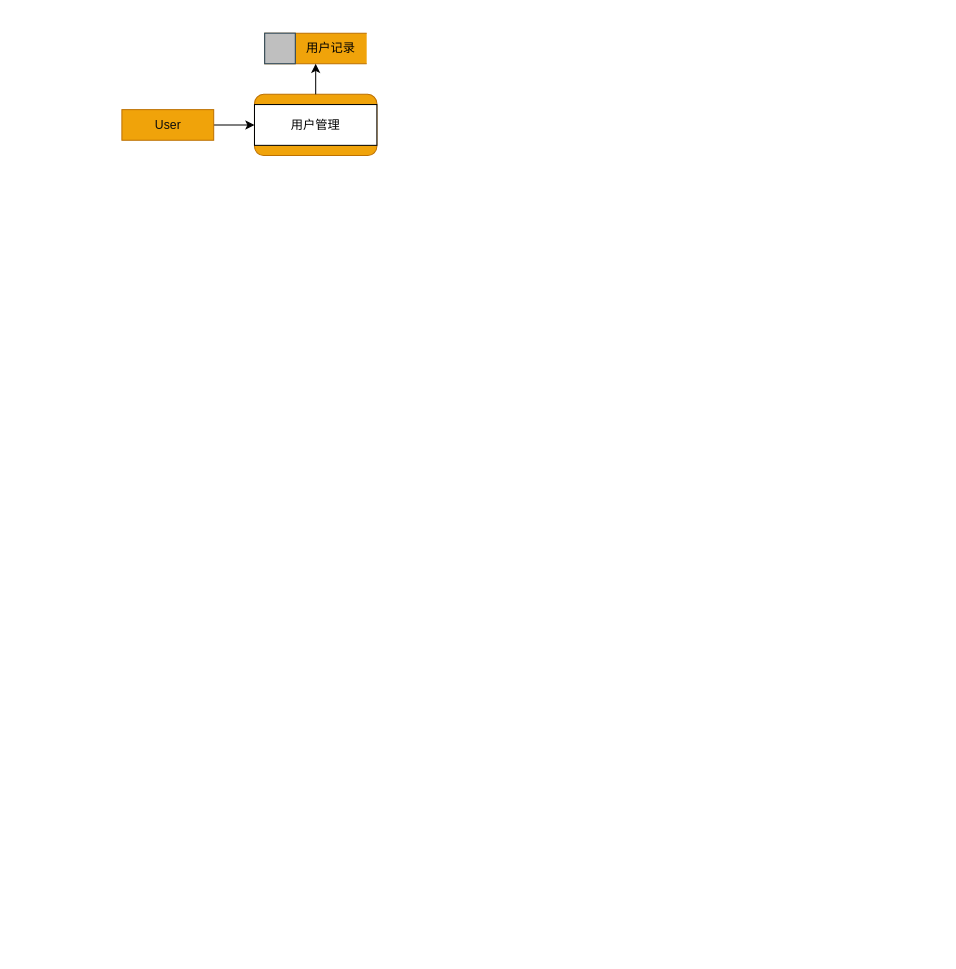
Earlier version of the draw.io diagram Untitled Diagram.drawio (Anlarry/TaoQi). Source tidied: cells renumbered, new cells numbered last; positions are measured from the earlier drawing's top-left corner, leaving out a move shared by most shapes. Both pictures are drawn from the tidied source at 102%, with x=0, y=0 at pixel (121, 33).
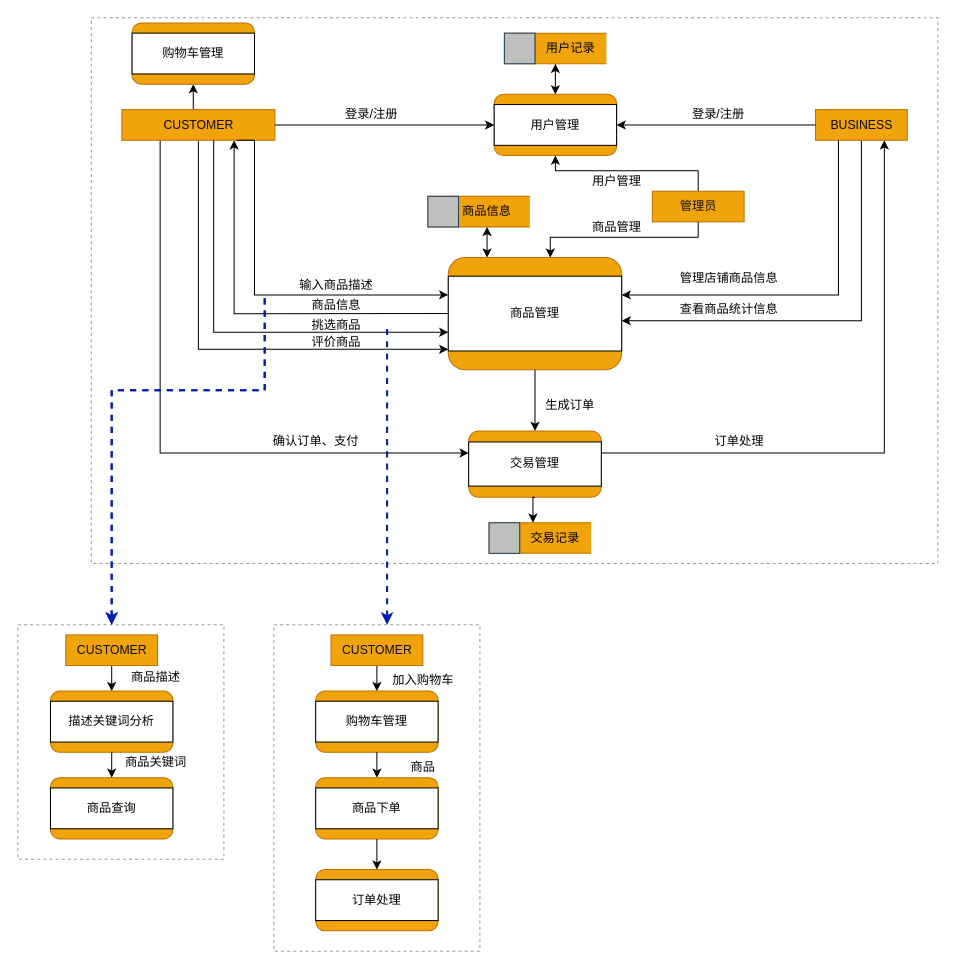
The same page after the edit.

The change refers to these unchanged cells:
```xml
<mxCell id="5" style="rounded=1;whiteSpace=wrap;html=1;fillColor=#f0a30a;strokeColor=#BD7000;fontColor=#ffffff;" parent="4" vertex="1">
  <mxGeometry width="120" height="60" as="geometry" />
</mxCell>
<mxCell id="6" value="用户管理" style="rounded=0;whiteSpace=wrap;html=1;" parent="4" vertex="1">
  <mxGeometry y="10" width="120" height="40" as="geometry" />
</mxCell>
<mxCell id="8" style="html=1;dashed=0;whitespace=wrap;shape=mxgraph.dfd.dataStoreID;align=left;spacingLeft=3;points=[[0,0],[0.5,0],[1,0],[0,0.5],[1,0.5],[0,1],[0.5,1],[1,1]];fillColor=#f0a30a;strokeColor=#BD7000;fontColor=#ffffff;" parent="7" vertex="1">
  <mxGeometry width="100" height="30" as="geometry" />
</mxCell>
```

Change to the diagram source:
```diff
@@
-    <mxCell id="2" style="edgeStyle=orthogonalEdgeStyle;rounded=0;jettySize=auto;html=1;exitX=1;exitY=0.5;exitDx=0;exitDy=0;entryX=0;entryY=0.5;entryDx=0;entryDy=0;" parent="1" edge="1" source="3" target="6">
-      <mxGeometry relative="1" as="geometry" />
-    </mxCell>
-    <mxCell id="3" value="&lt;font color=&quot;#0D0D0D&quot;&gt;User&lt;/font&gt;" style="html=1;dashed=0;whitespace=wrap;fillColor=#f0a30a;strokeColor=#BD7000;fontColor=#ffffff;" parent="1" vertex="1">
-      <mxGeometry y="75" width="90" height="30" as="geometry" />
-    </mxCell>
+    <mxCell id="12" style="rounded=0;whiteSpace=wrap;html=1;dashed=1;strokeWidth=1;fillColor=none;perimeterSpacing=0;opacity=40;" parent="1" vertex="1">
+      <mxGeometry x="-30" y="-15" width="830" height="535" as="geometry" />
+    </mxCell>
+    <mxCell id="13" style="group;" parent="1" vertex="1">
+      <mxGeometry x="100" width="570" height="415" as="geometry" />
+    </mxCell>
-    <mxCell id="4" style="group;" parent="1" vertex="1">
-      <mxGeometry x="130" y="60" width="120" height="60" as="geometry" />
+    <mxCell id="4" style="group;" parent="13" vertex="1">
+      <mxGeometry x="265" y="60" width="120" height="60" as="geometry" />
     </mxCell>
@@
-    <mxCell id="7" style="group;" parent="1" vertex="1">
-      <mxGeometry x="140" width="100" height="30" as="geometry" />
+    <mxCell id="7" style="group;" parent="13" vertex="1">
+      <mxGeometry x="275" width="100" height="30" as="geometry" />
     </mxCell>
@@
-    <mxCell id="11" style="edgeStyle=orthogonalEdgeStyle;rounded=0;jettySize=auto;html=1;exitX=0.5;exitY=0;exitDx=0;exitDy=0;entryX=0.5;entryY=1;entryDx=0;entryDy=0;" parent="1" edge="1" source="5" target="8">
+    <mxCell id="11" style="endArrow=classic;startArrow=classic;html=1;exitX=0.5;exitY=0;exitDx=0;exitDy=0;entryX=0.5;entryY=1;entryDx=0;entryDy=0;" parent="13" edge="1" source="5" target="8">
       <mxGeometry relative="1" as="geometry" />
     </mxCell>
+    <mxCell id="14" value="登录/注册" style="text;html=1;strokeColor=none;fillColor=none;align=center;verticalAlign=middle;whiteSpace=wrap;rounded=0;" parent="13" vertex="1">
+      <mxGeometry x="110" y="70" width="70" height="20" as="geometry" />
+    </mxCell>
+    <mxCell id="15" style="group;strokeWidth=3;" parent="13" vertex="1">
+      <mxGeometry x="220" y="220" width="180" height="120" as="geometry" />
+    </mxCell>
+    <mxCell id="16" style="rounded=1;whiteSpace=wrap;html=1;fillColor=#f0a30a;strokeColor=#BD7000;fontColor=#ffffff;" parent="15" vertex="1">
+      <mxGeometry width="170" height="110" as="geometry" />
+    </mxCell>
+    <mxCell id="17" value="商品管理" style="rounded=0;whiteSpace=wrap;html=1;" parent="15" vertex="1">
+      <mxGeometry y="18.3" width="170" height="73.3" as="geometry" />
+    </mxCell>
+    <mxCell id="18" style="endArrow=classic;startArrow=classic;html=1;" parent="15" edge="1">
+      <mxGeometry relative="1" as="geometry">
+        <mxPoint x="38" y="-30" as="sourcePoint" />
+        <mxPoint x="38" as="targetPoint" />
+        <Array as="points">
+          <mxPoint x="38" y="-10" />
+        </Array>
+      </mxGeometry>
+    </mxCell>
+    <mxCell id="19" value="输入商品描述" style="text;html=1;align=center;verticalAlign=middle;" parent="13" vertex="1">
+      <mxGeometry x="60" y="237" width="100" height="20" as="geometry" />
+    </mxCell>
+    <mxCell id="20" value="商品信息" style="text;html=1;align=center;verticalAlign=middle;" parent="13" vertex="1">
+      <mxGeometry x="75" y="257" width="70" height="20" as="geometry" />
+    </mxCell>
+    <mxCell id="21" value="挑选商品" style="text;html=1;align=center;verticalAlign=middle;" parent="13" vertex="1">
+      <mxGeometry x="75" y="277" width="70" height="20" as="geometry" />
+    </mxCell>
+    <mxCell id="22" value="登录/注册" style="text;html=1;strokeColor=none;fillColor=none;align=center;verticalAlign=middle;whiteSpace=wrap;rounded=0;" parent="13" vertex="1">
+      <mxGeometry x="450" y="70" width="70" height="20" as="geometry" />
+    </mxCell>
+    <mxCell id="23" value="管理店铺商品信息" style="text;html=1;align=center;verticalAlign=middle;" parent="13" vertex="1">
+      <mxGeometry x="430" y="230" width="130" height="20" as="geometry" />
+    </mxCell>
+    <mxCell id="24" style="edgeStyle=orthogonalEdgeStyle;rounded=0;jettySize=auto;html=1;exitX=0;exitY=0.5;exitDx=0;exitDy=0;" parent="13" edge="1" source="17">
+      <mxGeometry relative="1" as="geometry">
+        <mxPoint x="10" y="105" as="targetPoint" />
+        <Array as="points">
+          <mxPoint x="10" y="275" />
+        </Array>
+      </mxGeometry>
+    </mxCell>
+    <mxCell id="25" style="group;" parent="13" vertex="1">
+      <mxGeometry x="200" y="160" width="100" height="30" as="geometry" />
+    </mxCell>
+    <mxCell id="26" style="html=1;dashed=0;whitespace=wrap;shape=mxgraph.dfd.dataStoreID;align=left;spacingLeft=3;fillColor=#f0a30a;strokeColor=#BD7000;fontColor=#ffffff;" parent="25" vertex="1">
+      <mxGeometry width="100" height="30" as="geometry" />
+    </mxCell>
+    <mxCell id="27" style="rounded=0;whiteSpace=wrap;html=1;strokeColor=#23445d;fillColor=#BFBFBF;" parent="25" vertex="1">
+      <mxGeometry width="30" height="30" as="geometry" />
+    </mxCell>
+    <mxCell id="28" value="商品信息" style="text;html=1;strokeColor=none;fillColor=none;align=center;verticalAlign=middle;whiteSpace=wrap;rounded=0;" parent="25" vertex="1">
+      <mxGeometry x="23" y="5" width="70" height="20" as="geometry" />
+    </mxCell>
+    <mxCell id="29" style="edgeStyle=orthogonalEdgeStyle;rounded=0;orthogonalLoop=1;jettySize=auto;html=1;exitX=0.5;exitY=1;exitDx=0;exitDy=0;" parent="25" edge="1" source="28" target="28">
+      <mxGeometry relative="1" as="geometry" />
+    </mxCell>
+    <mxCell id="30" value="查看商品统计信息" style="text;html=1;align=center;verticalAlign=middle;" parent="13" vertex="1">
+      <mxGeometry x="430" y="261" width="130" height="20" as="geometry" />
+    </mxCell>
+    <mxCell id="31" value="评价商品" style="text;html=1;align=center;verticalAlign=middle;" parent="13" vertex="1">
+      <mxGeometry x="75" y="293" width="70" height="20" as="geometry" />
+    </mxCell>
+    <mxCell id="32" value="确认订单、支付" style="text;html=1;align=center;verticalAlign=middle;" parent="13" vertex="1">
+      <mxGeometry x="35" y="390" width="110" height="20" as="geometry" />
+    </mxCell>
+    <mxCell id="33" style="edgeStyle=orthogonalEdgeStyle;rounded=0;jettySize=auto;html=1;exitX=0.5;exitY=0;exitDx=0;exitDy=0;entryX=0.5;entryY=1;entryDx=0;entryDy=0;" parent="13" edge="1" source="34" target="5">
+      <mxGeometry relative="1" as="geometry">
+        <Array as="points">
+          <mxPoint x="465" y="135" />
+          <mxPoint x="325" y="135" />
+        </Array>
+      </mxGeometry>
+    </mxCell>
+    <mxCell id="34" value="&lt;font color=&quot;#121212&quot;&gt;管理员&lt;/font&gt;" style="html=1;dashed=0;whitespace=wrap;fillColor=#f0a30a;strokeColor=#BD7000;fontColor=#ffffff;" parent="13" vertex="1">
+      <mxGeometry x="420" y="155" width="90" height="30" as="geometry" />
+    </mxCell>
+    <mxCell id="35" value="用户管理" style="text;html=1;align=center;verticalAlign=middle;" parent="13" vertex="1">
+      <mxGeometry x="350" y="135" width="70" height="20" as="geometry" />
+    </mxCell>
+    <mxCell id="36" value="商品管理" style="text;html=1;align=center;verticalAlign=middle;" parent="13" vertex="1">
+      <mxGeometry x="350" y="180" width="70" height="20" as="geometry" />
+    </mxCell>
+    <mxCell id="37" style="group;" parent="1" vertex="1">
+      <mxGeometry x="340" y="390" width="130" height="65" as="geometry" />
+    </mxCell>
+    <mxCell id="38" style="rounded=1;whiteSpace=wrap;html=1;fillColor=#f0a30a;strokeColor=#BD7000;fontColor=#ffffff;" parent="37" vertex="1">
+      <mxGeometry width="130" height="65" as="geometry" />
+    </mxCell>
+    <mxCell id="39" value="交易管理" style="rounded=0;whiteSpace=wrap;html=1;" parent="37" vertex="1">
+      <mxGeometry y="10.8" width="130" height="43.3" as="geometry" />
+    </mxCell>
+    <mxCell id="40" style="edgeStyle=orthogonalEdgeStyle;rounded=0;jettySize=auto;html=1;exitX=0.5;exitY=1;exitDx=0;exitDy=0;entryX=0.5;entryY=0;entryDx=0;entryDy=0;" parent="1" edge="1" source="16" target="38">
+      <mxGeometry relative="1" as="geometry" />
+    </mxCell>
+    <mxCell id="41" style="edgeStyle=orthogonalEdgeStyle;rounded=0;jettySize=auto;html=1;exitX=0.5;exitY=1;exitDx=0;exitDy=0;entryX=1;entryY=0.595;entryDx=0;entryDy=0;entryPerimeter=0;" parent="1" edge="1" source="42" target="17">
+      <mxGeometry relative="1" as="geometry" />
+    </mxCell>
+    <mxCell id="42" value="&lt;font color=&quot;#080808&quot;&gt;BUSINESS&lt;/font&gt;" style="html=1;dashed=0;whitespace=wrap;fillColor=#f0a30a;strokeColor=#BD7000;fontColor=#ffffff;" parent="1" vertex="1">
+      <mxGeometry x="680" y="75" width="90" height="30" as="geometry" />
+    </mxCell>
+    <mxCell id="43" style="edgeStyle=orthogonalEdgeStyle;rounded=0;jettySize=auto;html=1;exitX=0;exitY=0.5;exitDx=0;exitDy=0;" parent="1" edge="1" source="42" target="6">
+      <mxGeometry relative="1" as="geometry" />
+    </mxCell>
+    <mxCell id="44" style="edgeStyle=orthogonalEdgeStyle;rounded=0;jettySize=auto;html=1;exitX=0.25;exitY=1;exitDx=0;exitDy=0;entryX=1;entryY=0.25;entryDx=0;entryDy=0;" parent="1" edge="1" source="42" target="17">
+      <mxGeometry relative="1" as="geometry" />
+    </mxCell>
+    <mxCell id="45" value="生成订单" style="text;html=1;align=center;verticalAlign=middle;" parent="1" vertex="1">
+      <mxGeometry x="404" y="355" width="70" height="20" as="geometry" />
+    </mxCell>
+    <mxCell id="46" value="订单处理" style="text;html=1;align=center;verticalAlign=middle;" parent="1" vertex="1">
+      <mxGeometry x="570" y="390" width="70" height="20" as="geometry" />
+    </mxCell>
+    <mxCell id="47" style="group;" parent="1" vertex="1">
+      <mxGeometry x="360" y="480" width="100" height="30" as="geometry" />
+    </mxCell>
+    <mxCell id="48" style="html=1;dashed=0;whitespace=wrap;shape=mxgraph.dfd.dataStoreID;align=left;spacingLeft=3;points=[[0,0],[0.5,0],[1,0],[0,0.5],[1,0.5],[0,1],[0.5,1],[1,1]];fillColor=#f0a30a;strokeColor=#BD7000;fontColor=#ffffff;" parent="47" vertex="1">
+      <mxGeometry width="100" height="30" as="geometry" />
+    </mxCell>
+    <mxCell id="49" style="rounded=0;whiteSpace=wrap;html=1;strokeColor=#23445d;fillColor=#BFBFBF;" parent="47" vertex="1">
+      <mxGeometry width="30" height="30" as="geometry" />
+    </mxCell>
+    <mxCell id="50" value="交易记录" style="text;html=1;strokeColor=none;fillColor=none;align=center;verticalAlign=middle;whiteSpace=wrap;rounded=0;" parent="47" vertex="1">
+      <mxGeometry x="30" y="5" width="70" height="20" as="geometry" />
+    </mxCell>
+    <mxCell id="51" style="edgeStyle=orthogonalEdgeStyle;rounded=0;jettySize=auto;html=1;exitX=0.5;exitY=1;exitDx=0;exitDy=0;entryX=0.43;entryY=0;entryDx=0;entryDy=0;entryPerimeter=0;" parent="1" edge="1" source="38" target="48">
+      <mxGeometry relative="1" as="geometry" />
+    </mxCell>
+    <mxCell id="52" style="edgeStyle=orthogonalEdgeStyle;rounded=0;jettySize=auto;html=1;exitX=1;exitY=0.25;exitDx=0;exitDy=0;entryX=0.75;entryY=1;entryDx=0;entryDy=0;" parent="1" edge="1" source="39" target="42">
+      <mxGeometry relative="1" as="geometry" />
+    </mxCell>
+    <mxCell id="53" style="edgeStyle=orthogonalEdgeStyle;rounded=0;jettySize=auto;html=1;exitX=0.5;exitY=1;exitDx=0;exitDy=0;" parent="1" edge="1" source="3">
+      <mxGeometry relative="1" as="geometry">
+        <mxPoint x="320" y="310" as="targetPoint" />
+        <Array as="points">
+          <mxPoint x="75" y="310" />
+          <mxPoint x="320" y="310" />
+        </Array>
+      </mxGeometry>
+    </mxCell>
+    <mxCell id="54" style="edgeStyle=orthogonalEdgeStyle;rounded=0;jettySize=auto;html=1;exitX=0.25;exitY=1;exitDx=0;exitDy=0;entryX=0;entryY=0.25;entryDx=0;entryDy=0;" parent="1" edge="1" source="3" target="39">
+      <mxGeometry relative="1" as="geometry" />
+    </mxCell>
+    <mxCell id="55" style="edgeStyle=orthogonalEdgeStyle;rounded=0;jettySize=auto;html=1;exitX=0.5;exitY=0;exitDx=0;exitDy=0;entryX=0.5;entryY=1;entryDx=0;entryDy=0;strokeWidth=1;" parent="1" edge="1" source="3" target="68">
+      <mxGeometry relative="1" as="geometry" />
+    </mxCell>
+    <mxCell id="3" value="&lt;font color=&quot;#0A0A0A&quot;&gt;CUSTOMER&lt;/font&gt;" style="html=1;dashed=0;whitespace=wrap;fillColor=#f0a30a;strokeColor=#BD7000;fontColor=#ffffff;" parent="1" vertex="1">
+      <mxGeometry y="75" width="150" height="30" as="geometry" />
+    </mxCell>
+    <mxCell id="2" style="edgeStyle=orthogonalEdgeStyle;rounded=0;jettySize=auto;html=1;exitX=1;exitY=0.5;exitDx=0;exitDy=0;entryX=0;entryY=0.5;entryDx=0;entryDy=0;" parent="1" edge="1" source="3" target="6">
+      <mxGeometry relative="1" as="geometry" />
+    </mxCell>
+    <mxCell id="56" style="edgeStyle=orthogonalEdgeStyle;rounded=0;jettySize=auto;html=1;exitX=0.75;exitY=1;exitDx=0;exitDy=0;entryX=0;entryY=0.25;entryDx=0;entryDy=0;" parent="1" edge="1" source="3" target="17">
+      <mxGeometry relative="1" as="geometry">
+        <Array as="points">
+          <mxPoint x="130" y="105" />
+          <mxPoint x="130" y="257" />
+        </Array>
+      </mxGeometry>
+    </mxCell>
+    <mxCell id="57" style="edgeStyle=orthogonalEdgeStyle;rounded=0;jettySize=auto;html=1;entryX=0;entryY=0.75;entryDx=0;entryDy=0;" parent="1" edge="1" source="3" target="17">
+      <mxGeometry relative="1" as="geometry">
+        <Array as="points">
+          <mxPoint x="90" y="293" />
+        </Array>
+      </mxGeometry>
+    </mxCell>
+    <mxCell id="58" style="edgeStyle=orthogonalEdgeStyle;rounded=0;jettySize=auto;html=1;exitX=0.5;exitY=1;exitDx=0;exitDy=0;" parent="1" edge="1" source="34">
+      <mxGeometry relative="1" as="geometry">
+        <mxPoint x="420" y="220" as="targetPoint" />
+        <Array as="points">
+          <mxPoint x="565" y="200" />
+          <mxPoint x="420" y="200" />
+        </Array>
+      </mxGeometry>
+    </mxCell>
+    <mxCell id="59" style="endArrow=classic;html=1;dashed=1;rounded=0;fillColor=#0050ef;strokeColor=#001DBC;strokeWidth=2;" parent="1" edge="1">
+      <mxGeometry relative="1" as="geometry">
+        <mxPoint x="140" y="260" as="sourcePoint" />
+        <mxPoint x="-10" y="580" as="targetPoint" />
+        <Array as="points">
+          <mxPoint x="140" y="350" />
+          <mxPoint x="-10" y="350" />
+        </Array>
+      </mxGeometry>
+    </mxCell>
+    <mxCell id="60" style="edgeStyle=orthogonalEdgeStyle;rounded=0;jettySize=auto;html=1;exitX=0.5;exitY=1;exitDx=0;exitDy=0;entryX=0.5;entryY=0;entryDx=0;entryDy=0;strokeWidth=1;" parent="1" edge="1" source="61" target="63">
+      <mxGeometry relative="1" as="geometry" />
+    </mxCell>
+    <mxCell id="61" value="&lt;font color=&quot;#0A0A0A&quot;&gt;CUSTOMER&lt;/font&gt;" style="html=1;dashed=0;whitespace=wrap;fillColor=#f0a30a;strokeColor=#BD7000;fontColor=#ffffff;" parent="1" vertex="1">
+      <mxGeometry x="-55" y="590" width="90" height="30" as="geometry" />
+    </mxCell>
+    <mxCell id="62" style="group;" parent="1" vertex="1">
+      <mxGeometry x="-70" y="645" width="150" height="85" as="geometry" />
+    </mxCell>
+    <mxCell id="63" style="rounded=1;whiteSpace=wrap;html=1;fillColor=#f0a30a;strokeColor=#BD7000;fontColor=#ffffff;" parent="62" vertex="1">
+      <mxGeometry width="120" height="60" as="geometry" />
+    </mxCell>
+    <mxCell id="64" value="描述关键词分析" style="rounded=0;whiteSpace=wrap;html=1;" parent="62" vertex="1">
+      <mxGeometry y="10" width="120" height="40" as="geometry" />
+    </mxCell>
+    <mxCell id="65" value="商品关键词" style="text;html=1;align=center;verticalAlign=middle;" parent="62" vertex="1">
+      <mxGeometry x="58" y="60" width="90" height="20" as="geometry" />
+    </mxCell>
+    <mxCell id="66" value="商品描述" style="text;html=1;align=center;verticalAlign=middle;" parent="1" vertex="1">
+      <mxGeometry x="-2" y="622" width="70" height="20" as="geometry" />
+    </mxCell>
+    <mxCell id="67" style="group;" parent="1" vertex="1">
+      <mxGeometry x="10" y="-10" width="120" height="60" as="geometry" />
+    </mxCell>
+    <mxCell id="68" style="rounded=1;whiteSpace=wrap;html=1;fillColor=#f0a30a;strokeColor=#BD7000;fontColor=#ffffff;" parent="67" vertex="1">
+      <mxGeometry width="120" height="60" as="geometry" />
+    </mxCell>
+    <mxCell id="69" value="购物车管理" style="rounded=0;whiteSpace=wrap;html=1;" parent="67" vertex="1">
+      <mxGeometry y="10" width="120" height="40" as="geometry" />
+    </mxCell>
+    <mxCell id="70" style="endArrow=classic;html=1;dashed=1;rounded=0;fillColor=#0050ef;strokeColor=#001DBC;strokeWidth=2;" parent="1" edge="1">
+      <mxGeometry relative="1" as="geometry">
+        <mxPoint x="140" y="260" as="sourcePoint" />
+        <mxPoint x="-10" y="580" as="targetPoint" />
+        <Array as="points">
+          <mxPoint x="140" y="350" />
+          <mxPoint x="-10" y="350" />
+          <mxPoint x="-10" y="470" />
+        </Array>
+      </mxGeometry>
+    </mxCell>
+    <mxCell id="71" style="endArrow=classic;html=1;strokeWidth=2;dashed=1;fillColor=#0050ef;strokeColor=#001DBC;" parent="1" edge="1">
+      <mxGeometry relative="1" as="geometry">
+        <mxPoint x="260" y="290" as="sourcePoint" />
+        <mxPoint x="260" y="580" as="targetPoint" />
+      </mxGeometry>
+    </mxCell>
+    <mxCell id="72" style="edgeStyle=orthogonalEdgeStyle;rounded=0;jettySize=auto;html=1;exitX=0.5;exitY=1;exitDx=0;exitDy=0;entryX=0.5;entryY=0;entryDx=0;entryDy=0;strokeWidth=1;" parent="1" edge="1" source="73" target="75">
+      <mxGeometry relative="1" as="geometry" />
+    </mxCell>
+    <mxCell id="73" value="&lt;font color=&quot;#0A0A0A&quot;&gt;CUSTOMER&lt;/font&gt;" style="html=1;dashed=0;whitespace=wrap;fillColor=#f0a30a;strokeColor=#BD7000;fontColor=#ffffff;" parent="1" vertex="1">
+      <mxGeometry x="205" y="590" width="90" height="30" as="geometry" />
+    </mxCell>
+    <mxCell id="74" style="group;" parent="1" vertex="1">
+      <mxGeometry x="190" y="645" width="120" height="60" as="geometry" />
+    </mxCell>
+    <mxCell id="75" style="rounded=1;whiteSpace=wrap;html=1;fillColor=#f0a30a;strokeColor=#BD7000;fontColor=#ffffff;" parent="74" vertex="1">
+      <mxGeometry width="120" height="60" as="geometry" />
+    </mxCell>
+    <mxCell id="76" value="购物车管理" style="rounded=0;whiteSpace=wrap;html=1;" parent="74" vertex="1">
+      <mxGeometry y="10" width="120" height="40" as="geometry" />
+    </mxCell>
+    <mxCell id="77" value="加入购物车" style="text;html=1;align=center;verticalAlign=middle;" parent="1" vertex="1">
+      <mxGeometry x="250" y="625" width="90" height="20" as="geometry" />
+    </mxCell>
+    <mxCell id="78" style="group;" parent="1" vertex="1">
+      <mxGeometry x="-70" y="730" width="120" height="60" as="geometry" />
+    </mxCell>
+    <mxCell id="79" style="rounded=1;whiteSpace=wrap;html=1;fillColor=#f0a30a;strokeColor=#BD7000;fontColor=#ffffff;" parent="78" vertex="1">
+      <mxGeometry width="120" height="60" as="geometry" />
+    </mxCell>
+    <mxCell id="80" value="商品查询" style="rounded=0;whiteSpace=wrap;html=1;" parent="78" vertex="1">
+      <mxGeometry y="10" width="120" height="40" as="geometry" />
+    </mxCell>
+    <mxCell id="81" style="edgeStyle=orthogonalEdgeStyle;rounded=0;jettySize=auto;html=1;exitX=0.5;exitY=1;exitDx=0;exitDy=0;entryX=0.5;entryY=0;entryDx=0;entryDy=0;strokeWidth=1;" parent="1" edge="1" source="63" target="79">
+      <mxGeometry relative="1" as="geometry" />
+    </mxCell>
+    <mxCell id="82" style="rounded=0;whiteSpace=wrap;html=1;dashed=1;strokeWidth=1;fillColor=none;opacity=40;" parent="1" vertex="1">
+      <mxGeometry x="-102" y="580" width="202" height="230" as="geometry" />
+    </mxCell>
+    <mxCell id="83" style="group;" parent="1" vertex="1">
+      <mxGeometry x="190" y="730" width="120" height="60" as="geometry" />
+    </mxCell>
+    <mxCell id="84" style="rounded=1;whiteSpace=wrap;html=1;fillColor=#f0a30a;strokeColor=#BD7000;fontColor=#ffffff;" parent="83" vertex="1">
+      <mxGeometry width="120" height="60" as="geometry" />
+    </mxCell>
+    <mxCell id="85" value="商品下单" style="rounded=0;whiteSpace=wrap;html=1;" parent="83" vertex="1">
+      <mxGeometry y="10" width="120" height="40" as="geometry" />
+    </mxCell>
+    <mxCell id="86" style="edgeStyle=orthogonalEdgeStyle;rounded=0;jettySize=auto;html=1;exitX=0.5;exitY=1;exitDx=0;exitDy=0;entryX=0.5;entryY=0;entryDx=0;entryDy=0;strokeWidth=1;" parent="1" edge="1" source="75" target="84">
+      <mxGeometry relative="1" as="geometry" />
+    </mxCell>
+    <mxCell id="87" value="商品" style="text;html=1;align=center;verticalAlign=middle;" parent="1" vertex="1">
+      <mxGeometry x="275" y="710" width="40" height="20" as="geometry" />
+    </mxCell>
+    <mxCell id="88" style="edgeStyle=orthogonalEdgeStyle;rounded=0;jettySize=auto;html=1;exitX=0.5;exitY=1;exitDx=0;exitDy=0;strokeWidth=1;" parent="1" edge="1" source="84">
+      <mxGeometry relative="1" as="geometry">
+        <mxPoint x="250" y="820" as="targetPoint" />
+      </mxGeometry>
+    </mxCell>
+    <mxCell id="89" style="group;" parent="1" vertex="1">
+      <mxGeometry x="190" y="820" width="120" height="60" as="geometry" />
+    </mxCell>
+    <mxCell id="90" style="rounded=1;whiteSpace=wrap;html=1;fillColor=#f0a30a;strokeColor=#BD7000;fontColor=#ffffff;" parent="89" vertex="1">
+      <mxGeometry width="120" height="60" as="geometry" />
+    </mxCell>
+    <mxCell id="91" value="订单处理" style="rounded=0;whiteSpace=wrap;html=1;" parent="89" vertex="1">
+      <mxGeometry y="10" width="120" height="40" as="geometry" />
+    </mxCell>
+    <mxCell id="92" style="rounded=0;whiteSpace=wrap;html=1;dashed=1;strokeWidth=1;fillColor=none;opacity=40;" parent="1" vertex="1">
+      <mxGeometry x="149" y="580" width="202" height="320" as="geometry" />
+    </mxCell>
```
